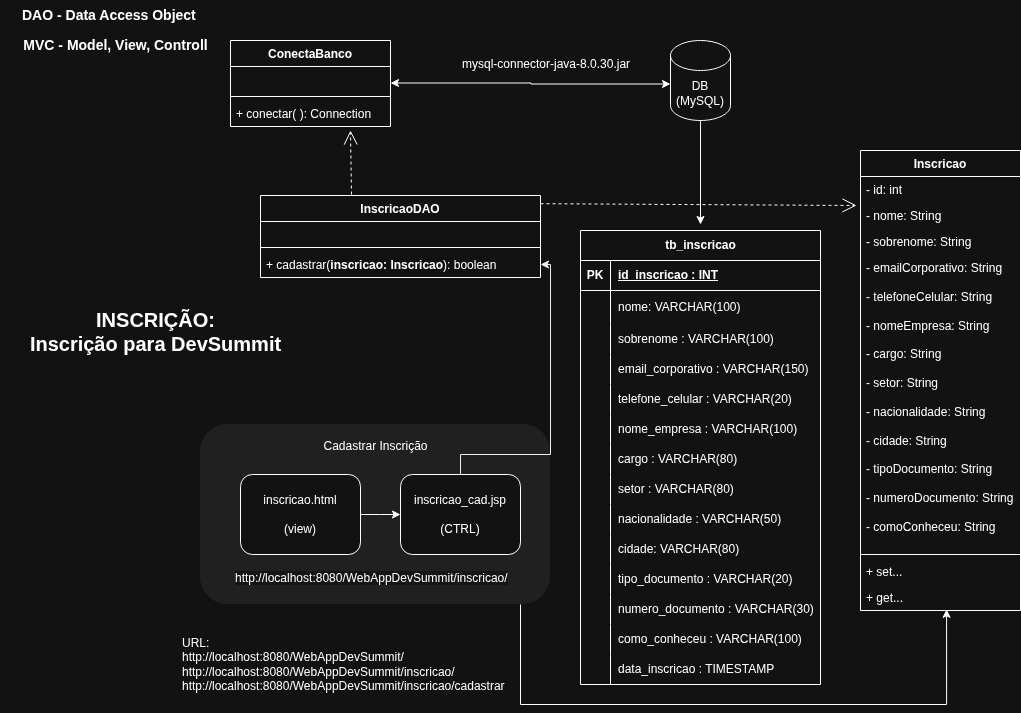
Earlier version of the draw.io export docs/arquitetura.png (daniilocl/WebAppDevSummit). Source tidied: cells renumbered, new cells last; positions are measured from the earlier drawing's top-left corner, leaving out a move shared by most shapes.
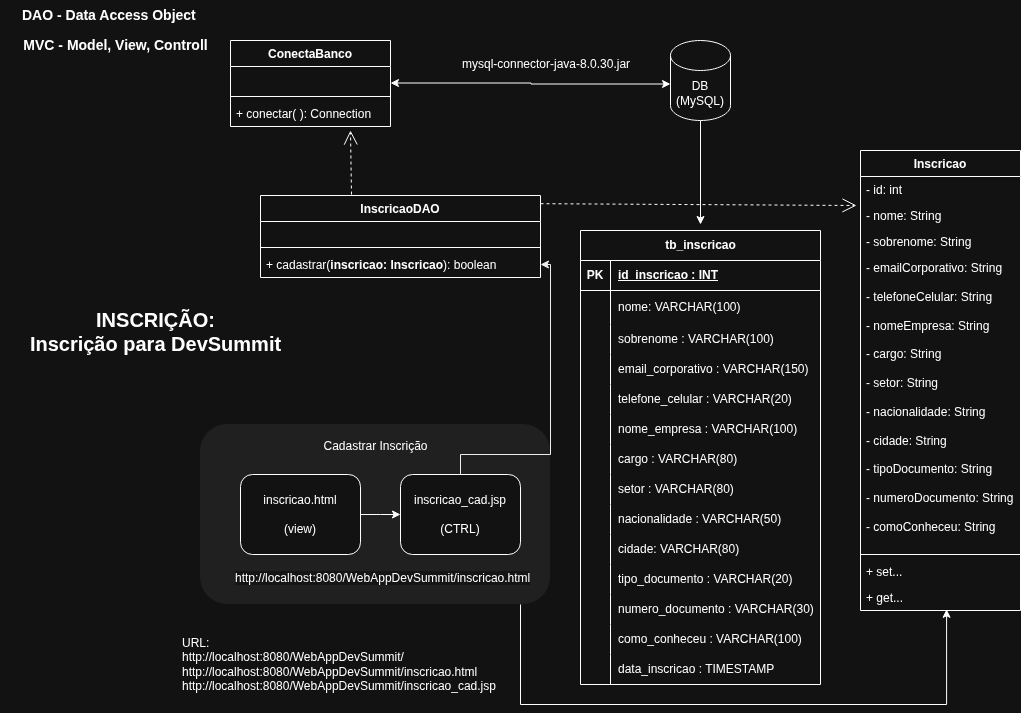
After the change.

Commit message:
docs: atualizando o diagrama de arquitetura

The edit, as a diff of the source:
```diff
@@ -79,7 +79,7 @@
         <mxPoint x="670" y="83.5" as="targetPoint" />
       </mxGeometry>
     </mxCell>
-    <mxCell id="25" value="&lt;div&gt;URL:&lt;/div&gt;&lt;div&gt;http://localhost:8080/WebAppDevSummit/&lt;/div&gt;&lt;div&gt;http://localhost:8080/WebAppDevSummit/inscricao/&lt;br/&gt;http://localhost:8080/WebAppDevSummit/inscricao/cadastrar&lt;/div&gt;" style="text;html=1;align=left;verticalAlign=middle;whiteSpace=wrap;rounded=0;" parent="1" vertex="1">
+    <mxCell id="25" value="&lt;div&gt;URL:&lt;/div&gt;&lt;div&gt;http://localhost:8080/WebAppDevSummit/&lt;/div&gt;&lt;div&gt;http://localhost:8080/WebAppDevSummit/inscricao.html&lt;/div&gt;&lt;div&gt;http://localhost:8080/WebAppDevSummit/inscricao_cad.jsp&lt;/div&gt;" style="text;html=1;align=left;verticalAlign=middle;whiteSpace=wrap;rounded=0;" parent="1" vertex="1">
       <mxGeometry x="180" y="624" width="570" height="80" as="geometry" />
     </mxCell>
     <mxCell id="26" style="rounded=1;whiteSpace=wrap;html=1;fillColor=#eeeeee;strokeColor=none;" parent="1" vertex="1">
@@ -99,7 +99,7 @@
     <mxCell id="29" value="inscricao_cad.jsp&lt;div&gt;&lt;br&gt;&lt;/div&gt;&lt;div&gt;(CTRL)&lt;/div&gt;" style="rounded=1;whiteSpace=wrap;html=1;" parent="1" vertex="1">
       <mxGeometry x="400" y="474" width="120" height="80" as="geometry" />
     </mxCell>
-    <mxCell id="30" value="&lt;span style=&quot;font-family: Helvetica; font-size: 12px; font-style: normal; font-variant-ligatures: normal; font-variant-caps: normal; font-weight: 400; letter-spacing: normal; orphans: 2; text-align: left; text-indent: 0px; text-transform: none; widows: 2; word-spacing: 0px; -webkit-text-stroke-width: 0px; white-space: normal; background-color: rgb(251, 251, 251); text-decoration-thickness: initial; text-decoration-style: initial; text-decoration-color: initial; float: none; color: light-dark(rgb(0, 0, 204), rgb(255, 255, 255)); display: inline !important;&quot;&gt;http://localhost:8080/WebAppDevSummit/inscricao/&lt;/span&gt;" style="text;whiteSpace=wrap;html=1;" parent="1" vertex="1">
+    <mxCell id="30" value="&lt;span style=&quot;font-family: Helvetica; font-size: 12px; font-style: normal; font-variant-ligatures: normal; font-variant-caps: normal; font-weight: 400; letter-spacing: normal; orphans: 2; text-align: left; text-indent: 0px; text-transform: none; widows: 2; word-spacing: 0px; -webkit-text-stroke-width: 0px; white-space: normal; background-color: rgb(251, 251, 251); text-decoration-thickness: initial; text-decoration-style: initial; text-decoration-color: initial; float: none; color: light-dark(rgb(0, 0, 204), rgb(255, 255, 255)); display: inline !important;&quot;&gt;http://localhost:8080/WebAppDevSummit/inscricao.html&lt;/span&gt;" style="text;whiteSpace=wrap;html=1;" parent="1" vertex="1">
       <mxGeometry x="233" y="564" width="327" height="40" as="geometry" />
     </mxCell>
     <mxCell id="31" value="Cadastrar Inscrição" style="text;html=1;align=center;verticalAlign=middle;whiteSpace=wrap;rounded=0;" parent="1" vertex="1">
```
